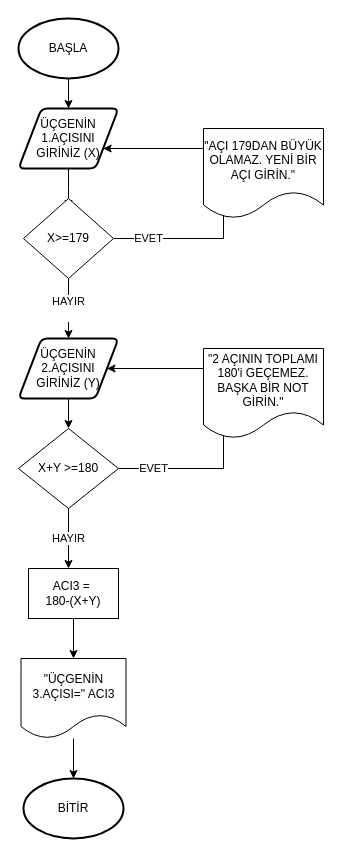
ensarkt/abra-egitim keeps this draw.io diagram as 02-algoritma/algo_ornek_2.drawio. Above is the earlier version. Source tidied: cells renumbered, new cells numbered last; positions are measured from the earlier drawing's top-left corner, leaving out a move shared by most shapes. Both pictures are drawn from the tidied source at 100%, with x=0, y=0 at pixel (18, 18).
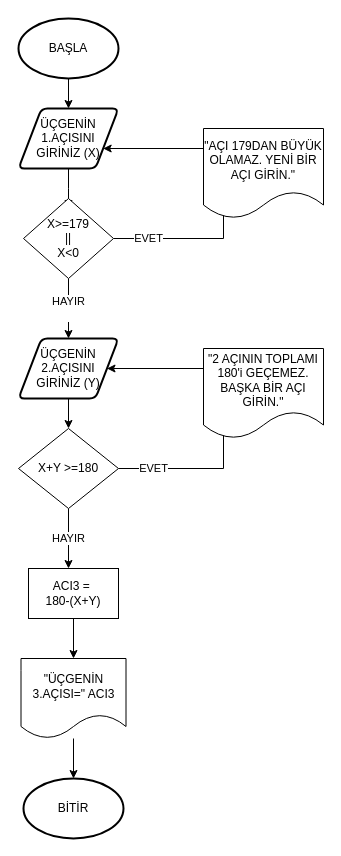
The same page after the edit.

Diff of the diagram source:
```diff
@@
-    <mxCell id="9" value="X&amp;gt;=179" style="rhombus;whiteSpace=wrap;html=1;shapeInside=1;" parent="1" vertex="1">
+    <mxCell id="9" value="X&amp;gt;=179&lt;div&gt;||&lt;/div&gt;&lt;div&gt;X&amp;lt;0&lt;/div&gt;" style="rhombus;whiteSpace=wrap;html=1;shapeInside=1;" parent="1" vertex="1">
       <mxGeometry x="5" y="180" width="90" height="80" as="geometry" />
     </mxCell>
@@
-    <mxCell id="17" value="&quot;2 AÇININ TOPLAMI 180'i GEÇEMEZ. BAŞKA BİR NOT GİRİN.&quot;" style="shape=document;whiteSpace=wrap;html=1;boundedLbl=1;" parent="1" vertex="1">
+    <mxCell id="17" value="&quot;2 AÇININ TOPLAMI 180'i GEÇEMEZ. BAŞKA BİR AÇI GİRİN.&quot;" style="shape=document;whiteSpace=wrap;html=1;boundedLbl=1;" parent="1" vertex="1">
       <mxGeometry x="185" y="330" width="120" height="90" as="geometry" />
     </mxCell>
```
